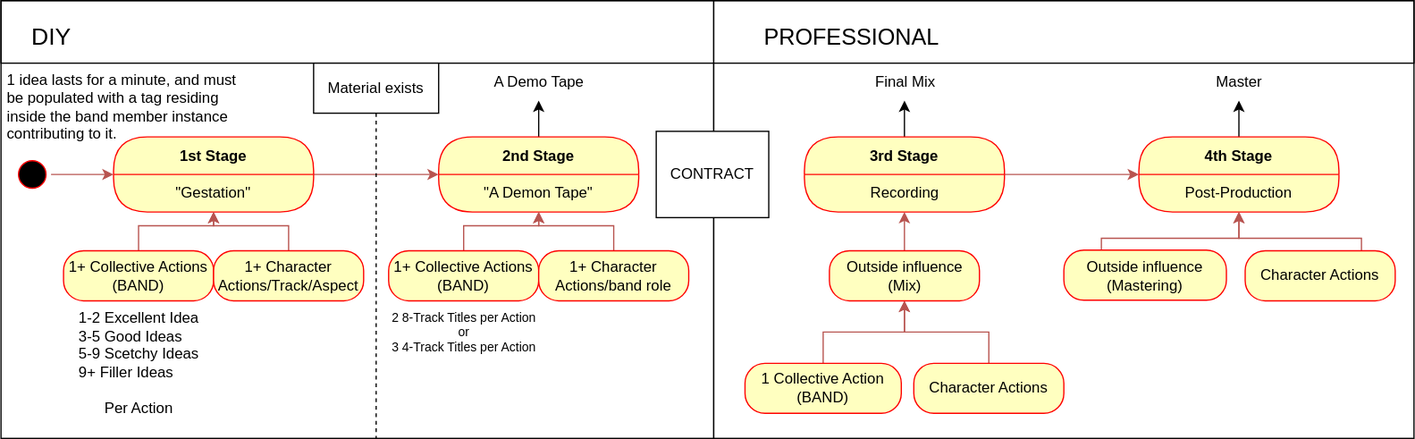
The draw.io diagram TheProspector/Assets/Schematics/Record.svg in SakuNurmiranta/TheProspector, before a commit. Source tidied: cells renumbered, new cells last; positions are measured from the earlier drawing's top-left corner, leaving out a move shared by most shapes.
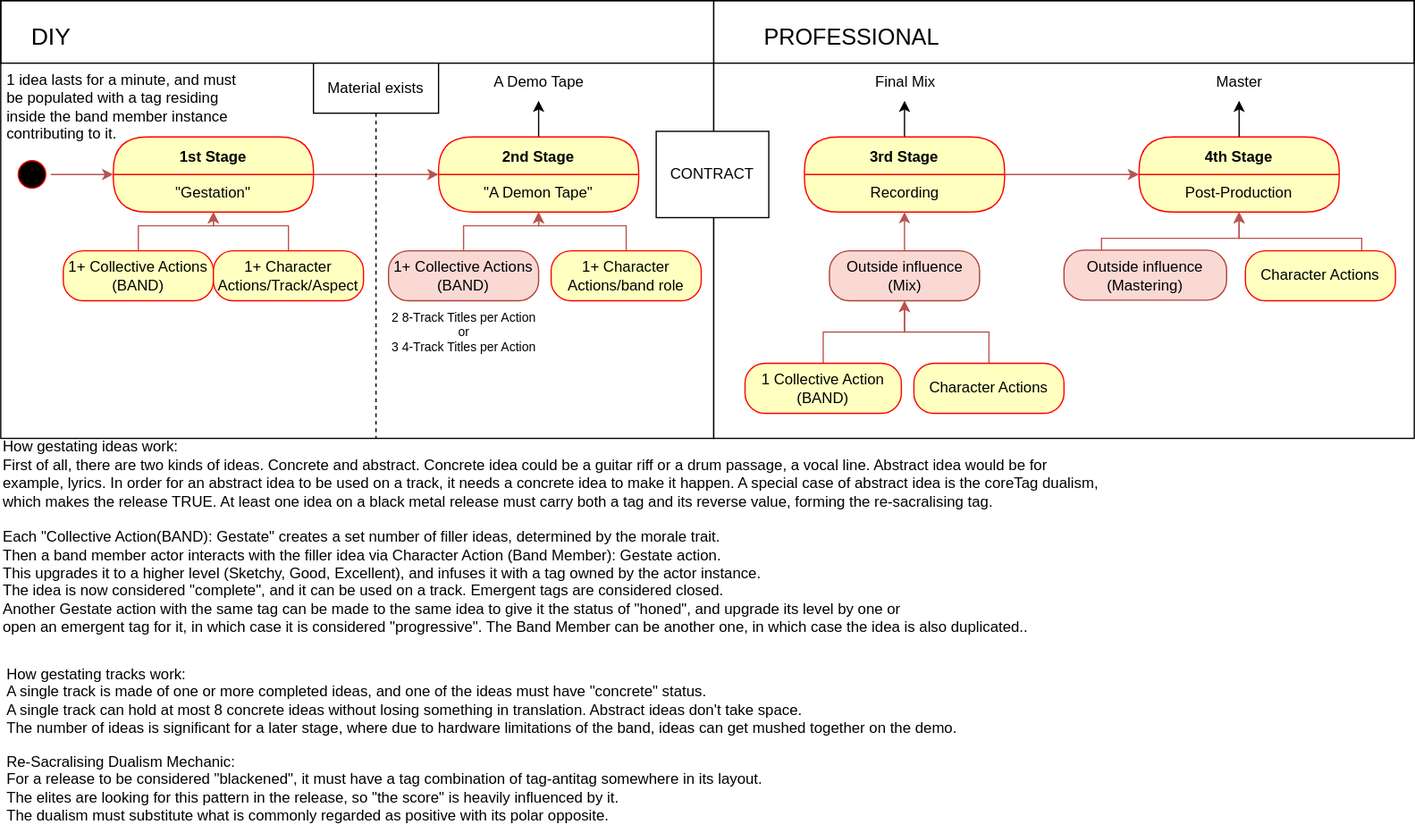
Later version of the same file.

Commit message:
Track and Tag definations

What changed in the source:
```diff
@@ -26,14 +26,14 @@
     <mxCell id="9" style="edgeStyle=orthogonalEdgeStyle;rounded=0;jettySize=auto;html=1;entryX=0.5;entryY=1;entryDx=0;entryDy=0;fillColor=#f8cecc;strokeColor=#b85450;" parent="1" edge="1" source="10" target="8">
       <mxGeometry relative="1" as="geometry" />
     </mxCell>
-    <mxCell id="10" value="1+ Collective Actions (BAND)" style="rounded=1;whiteSpace=wrap;html=1;arcSize=40;fontColor=#000000;fillColor=#ffffc0;strokeColor=#ff0000;" parent="1" vertex="1">
+    <mxCell id="10" value="1+ Collective Actions (BAND)" style="rounded=1;whiteSpace=wrap;html=1;arcSize=40;fillColor=#fad9d5;strokeColor=#ae4132;" parent="1" vertex="1">
       <mxGeometry x="310" y="200" width="120" height="40" as="geometry" />
     </mxCell>
     <mxCell id="11" style="edgeStyle=orthogonalEdgeStyle;rounded=0;jettySize=auto;html=1;entryX=0.5;entryY=1;entryDx=0;entryDy=0;fillColor=#f8cecc;strokeColor=#b85450;" parent="1" edge="1" source="12" target="8">
       <mxGeometry relative="1" as="geometry" />
     </mxCell>
     <mxCell id="12" value="1+ Character Actions/band role" style="rounded=1;whiteSpace=wrap;html=1;arcSize=40;fontColor=#000000;fillColor=#ffffc0;strokeColor=#ff0000;" parent="1" vertex="1">
-      <mxGeometry x="430" y="200" width="120" height="40" as="geometry" />
+      <mxGeometry x="440" y="200" width="120" height="40" as="geometry" />
     </mxCell>
     <mxCell id="13" style="edgeStyle=orthogonalEdgeStyle;rounded=0;jettySize=auto;html=1;fillColor=#f8cecc;strokeColor=#b85450;" parent="1" edge="1" source="14" target="7">
       <mxGeometry relative="1" as="geometry" />
@@ -85,7 +85,7 @@
     <mxCell id="28" style="edgeStyle=orthogonalEdgeStyle;rounded=0;jettySize=auto;html=1;fillColor=#f8cecc;strokeColor=#b85450;" parent="1" edge="1" source="29" target="22">
       <mxGeometry relative="1" as="geometry" />
     </mxCell>
-    <mxCell id="29" value="Outside influence (Mix)" style="rounded=1;whiteSpace=wrap;html=1;arcSize=40;fontColor=#000000;fillColor=#ffffc0;strokeColor=#ff0000;" parent="1" vertex="1">
+    <mxCell id="29" value="Outside influence (Mix)" style="rounded=1;whiteSpace=wrap;html=1;arcSize=40;fillColor=#fad9d5;strokeColor=#ae4132;" parent="1" vertex="1">
       <mxGeometry x="662.5" y="200" width="120" height="40" as="geometry" />
     </mxCell>
     <mxCell id="30" style="edgeStyle=orthogonalEdgeStyle;rounded=0;jettySize=auto;html=1;" parent="1" edge="1" source="31" target="40">
@@ -121,7 +121,7 @@
         </Array>
       </mxGeometry>
     </mxCell>
-    <mxCell id="37" value="Outside influence (Mastering)" style="rounded=1;whiteSpace=wrap;html=1;arcSize=40;fontColor=#000000;fillColor=#ffffc0;strokeColor=#ff0000;" parent="1" vertex="1">
+    <mxCell id="37" value="Outside influence (Mastering)" style="rounded=1;whiteSpace=wrap;html=1;arcSize=40;fillColor=#fad9d5;strokeColor=#ae4132;" parent="1" vertex="1">
       <mxGeometry x="850" y="199.5" width="130" height="40" as="geometry" />
     </mxCell>
     <mxCell id="38" value="A Demo Tape" style="text;html=1;align=center;verticalAlign=middle;points=[];strokeColor=none;fillColor=none;" parent="1" vertex="1">
@@ -151,11 +151,17 @@
     <mxCell id="46" value="2 8-Track Titles per Action&lt;br style=&quot;font-size: 10px;&quot;&gt;or&lt;br style=&quot;font-size: 10px;&quot;&gt;3 4-Track Titles per Action" style="text;html=1;align=center;verticalAlign=middle;strokeColor=none;fillColor=none;fontSize=10;" parent="1" vertex="1">
       <mxGeometry x="300" y="240" width="140" height="50" as="geometry" />
     </mxCell>
-    <mxCell id="47" value="&lt;div style=&quot;text-align: left; font-size: 12px;&quot;&gt;&lt;span style=&quot;background-color: initial; font-size: 12px;&quot;&gt;1-2 Excellent Idea&lt;/span&gt;&lt;/div&gt;&lt;div style=&quot;text-align: left; font-size: 12px;&quot;&gt;&lt;span style=&quot;background-color: initial; font-size: 12px;&quot;&gt;3-5 Good Ideas&lt;/span&gt;&lt;/div&gt;&lt;div style=&quot;text-align: left; font-size: 12px;&quot;&gt;&lt;span style=&quot;background-color: initial; font-size: 12px;&quot;&gt;5-9 Scetchy Ideas&lt;/span&gt;&lt;/div&gt;&lt;div style=&quot;text-align: left; font-size: 12px;&quot;&gt;&lt;span style=&quot;background-color: initial; font-size: 12px;&quot;&gt;9+ Filler Ideas&lt;/span&gt;&lt;/div&gt;&lt;br style=&quot;font-size: 12px;&quot;&gt;Per Action" style="text;html=1;align=center;verticalAlign=middle;strokeColor=none;fillColor=none;fontSize=12;" parent="1" vertex="1">
-      <mxGeometry x="50" y="240" width="120" height="100" as="geometry" />
-    </mxCell>
     <mxCell id="48" value="1 idea lasts for a minute,&amp;nbsp;and must &lt;br&gt;be populated with a tag residing&lt;br&gt;inside the band member instance &lt;br&gt;contributing to it." style="text;html=1;align=left;verticalAlign=middle;strokeColor=none;fillColor=none;" parent="1" vertex="1">
       <mxGeometry x="3" y="50" width="210" height="70" as="geometry" />
     </mxCell>
+    <mxCell id="49" value="How gestating ideas work:&lt;br&gt;First of all, there are two kinds of ideas. Concrete and abstract. Concrete idea could be a guitar riff or a drum passage, a vocal line. Abstract idea would be for&lt;br&gt;example, lyrics. In order for an abstract idea to be used on a track, it needs a concrete idea to make it happen. A special case of abstract idea is the coreTag dualism, &lt;br&gt;which makes the release TRUE. At least one idea on a black metal release must carry both a tag and its reverse value, forming the re-sacralising tag.&lt;br&gt;&lt;br&gt;Each &quot;Collective Action(BAND): Gestate&quot; creates a set number of filler ideas, determined by the morale trait.&lt;br&gt;Then a band member actor interacts with the filler idea via Character Action (Band Member): Gestate action. &lt;br&gt;This upgrades it to a higher level (Sketchy, Good, Excellent), and infuses it with a tag owned by the actor instance.&lt;br&gt;The idea is now considered &quot;complete&quot;, and it can be used on a track. Emergent tags are considered closed.&lt;br&gt;Another Gestate action with the same tag can be made to the same idea to give it the status of &quot;honed&quot;, and upgrade its level by one or&lt;br&gt;open an emergent tag for it, in which case it is considered &quot;progressive&quot;. The Band Member can be another one, in which case the idea is also duplicated..&amp;nbsp;" style="text;html=1;align=left;verticalAlign=middle;strokeColor=none;fillColor=none;" parent="1" vertex="1">
+      <mxGeometry y="344" width="900" height="170" as="geometry" />
+    </mxCell>
+    <mxCell id="50" value="How gestating tracks work:&lt;br&gt;A single track is made of one or more completed ideas, and one of the ideas must have &quot;concrete&quot; status. &lt;br&gt;A single track can hold at most 8 concrete ideas without losing something in translation. Abstract ideas don't take space. &lt;br&gt;The number of ideas is significant for a later stage, where due to hardware limitations of the band, ideas can get mushed together on the demo." style="text;html=1;align=left;verticalAlign=middle;strokeColor=none;fillColor=none;" parent="1" vertex="1">
+      <mxGeometry x="3" y="525" width="780" height="70" as="geometry" />
+    </mxCell>
+    <mxCell id="51" value="Re-Sacralising Dualism Mechanic:&amp;nbsp;&lt;br&gt;For a release to be considered &quot;blackened&quot;, it must have a tag combination of tag-antitag somewhere in its layout. &lt;br&gt;The elites are looking for this pattern in the release, so &quot;the score&quot; is heavily influenced by it. &lt;br&gt;The dualism must substitute what is commonly regarded as positive with its polar opposite." style="text;html=1;align=left;verticalAlign=middle;strokeColor=none;fillColor=none;" parent="1" vertex="1">
+      <mxGeometry x="3" y="595" width="630" height="70" as="geometry" />
+    </mxCell>
   </root>
 </mxGraphModel>
```
